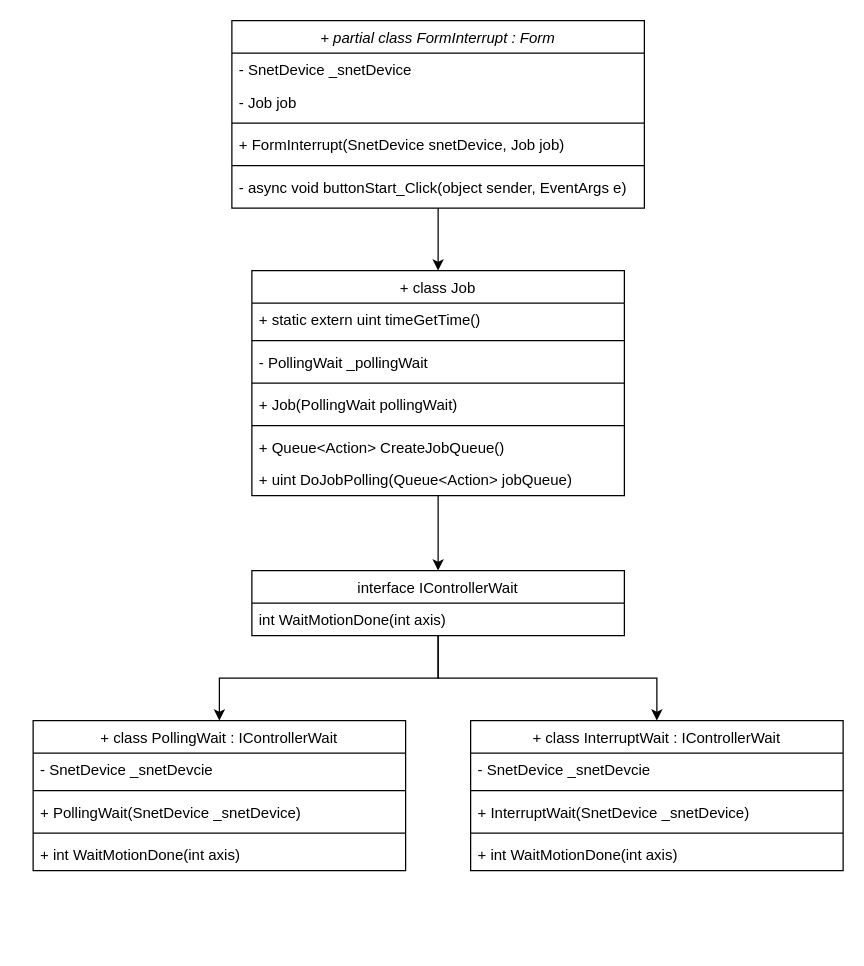
Above: page "ClassDiagram" (1 of 2) of SnetTestProgram/SnetTestProgram/SnetTestProgram.drawio in tataki26/EMotionEx (draw.io), before the change. Source tidied: cells renumbered, new cells numbered last; positions are measured from the earlier drawing's top-left corner, leaving out a move shared by most shapes. Both pictures are drawn from the tidied source at 125%, with x=0, y=0 at pixel (32, 20).
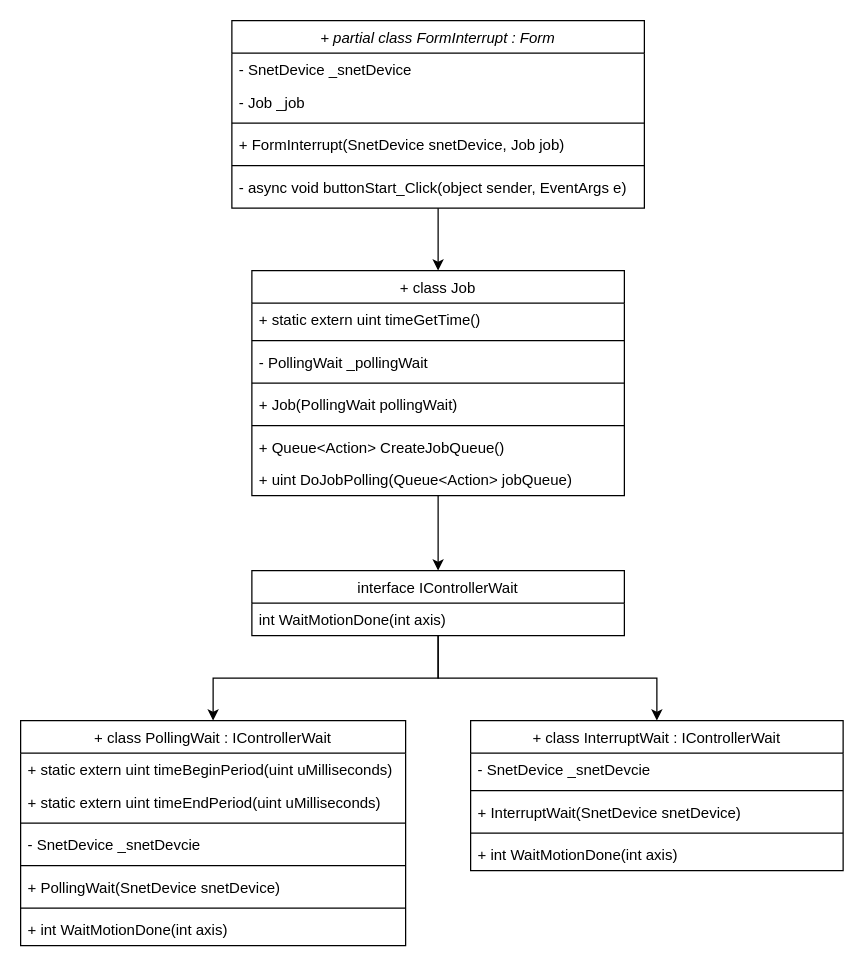
Above is the later version.

Unchanged cells that the change refers to:
```xml
<mxCell id="3" value="+ partial class FormInterrupt : Form" style="swimlane;fontStyle=2;align=center;verticalAlign=top;horizontal=1;startSize=26;rounded=0;shadow=0;strokeWidth=1;" parent="1" vertex="1">
  <mxGeometry x="159" width="330" height="150" as="geometry" />
</mxCell>
<mxCell id="30" value="+ class InterruptWait : IControllerWait" style="swimlane;fontStyle=0;align=center;verticalAlign=top;horizontal=1;startSize=26;rounded=0;shadow=0;strokeWidth=1;" parent="1" vertex="1">
  <mxGeometry x="350" y="560" width="298" height="120" as="geometry" />
</mxCell>
```

Diff of the diagram source:
```diff
@@
-    <mxCell id="5" value="- Job job" style="text;align=left;verticalAlign=top;spacingLeft=4;spacingRight=4;overflow=hidden;rounded=0;shadow=0;html=0;" parent="3" vertex="1">
+    <mxCell id="5" value="- Job _job" style="text;align=left;verticalAlign=top;spacingLeft=4;spacingRight=4;overflow=hidden;rounded=0;shadow=0;html=0;" parent="3" vertex="1">
       <mxGeometry y="52" width="330" height="26" as="geometry" />
     </mxCell>
@@
     <mxCell id="24" value="+ class PollingWait : IControllerWait" style="swimlane;fontStyle=0;align=center;verticalAlign=top;horizontal=1;startSize=26;rounded=0;shadow=0;strokeWidth=1;" parent="1" vertex="1">
-      <mxGeometry y="560" width="298" height="120" as="geometry" />
+      <mxGeometry x="-10" y="560" width="308" height="180" as="geometry" />
     </mxCell>
-    <mxCell id="25" value="- SnetDevice _snetDevcie" style="text;align=left;verticalAlign=top;spacingLeft=4;spacingRight=4;overflow=hidden;" parent="24" vertex="1">
-      <mxGeometry y="26" width="298" height="26" as="geometry" />
+    <mxCell id="25" value="+ static extern uint timeBeginPeriod(uint uMilliseconds)" style="text;align=left;verticalAlign=top;spacingLeft=4;spacingRight=4;overflow=hidden;" parent="24" vertex="1">
+      <mxGeometry y="26" width="308" height="26" as="geometry" />
     </mxCell>
+    <mxCell id="36" value="+ static extern uint timeEndPeriod(uint uMilliseconds)" style="text;align=left;verticalAlign=top;spacingLeft=4;spacingRight=4;overflow=hidden;" parent="24" vertex="1">
+      <mxGeometry y="52" width="308" height="26" as="geometry" />
+    </mxCell>
+    <mxCell id="37" style="line;html=1;strokeWidth=1;align=left;verticalAlign=middle;spacingTop=-1;spacingLeft=3;spacingRight=3;labelPosition=right;" parent="24" vertex="1">
+      <mxGeometry y="78" width="308" height="8" as="geometry" />
+    </mxCell>
+    <mxCell id="38" value="- SnetDevice _snetDevcie" style="text;align=left;verticalAlign=top;spacingLeft=4;spacingRight=4;overflow=hidden;" parent="24" vertex="1">
+      <mxGeometry y="86" width="308" height="26" as="geometry" />
+    </mxCell>
     <mxCell id="26" style="line;html=1;strokeWidth=1;align=left;verticalAlign=middle;spacingTop=-1;spacingLeft=3;spacingRight=3;labelPosition=right;" parent="24" vertex="1">
-      <mxGeometry y="52" width="298" height="8" as="geometry" />
+      <mxGeometry y="112" width="308" height="8" as="geometry" />
     </mxCell>
-    <mxCell id="27" value="+ PollingWait(SnetDevice _snetDevice)" style="text;align=left;verticalAlign=top;spacingLeft=4;spacingRight=4;overflow=hidden;rounded=0;shadow=0;html=0;" parent="24" vertex="1">
-      <mxGeometry y="60" width="298" height="26" as="geometry" />
+    <mxCell id="27" value="+ PollingWait(SnetDevice snetDevice)" style="text;align=left;verticalAlign=top;spacingLeft=4;spacingRight=4;overflow=hidden;rounded=0;shadow=0;html=0;" parent="24" vertex="1">
+      <mxGeometry y="120" width="308" height="26" as="geometry" />
     </mxCell>
     <mxCell id="28" style="line;html=1;strokeWidth=1;align=left;verticalAlign=middle;spacingTop=-1;spacingLeft=3;spacingRight=3;labelPosition=right;" parent="24" vertex="1">
-      <mxGeometry y="86" width="298" height="8" as="geometry" />
+      <mxGeometry y="146" width="308" height="8" as="geometry" />
     </mxCell>
     <mxCell id="29" value="+ int WaitMotionDone(int axis)" style="text;align=left;verticalAlign=top;spacingLeft=4;spacingRight=4;overflow=hidden;rounded=0;shadow=0;html=0;" parent="24" vertex="1">
-      <mxGeometry y="94" width="298" height="26" as="geometry" />
+      <mxGeometry y="154" width="308" height="26" as="geometry" />
     </mxCell>
@@
-    <mxCell id="33" value="+ InterruptWait(SnetDevice _snetDevice)" style="text;align=left;verticalAlign=top;spacingLeft=4;spacingRight=4;overflow=hidden;rounded=0;shadow=0;html=0;" parent="30" vertex="1">
+    <mxCell id="33" value="+ InterruptWait(SnetDevice snetDevice)" style="text;align=left;verticalAlign=top;spacingLeft=4;spacingRight=4;overflow=hidden;rounded=0;shadow=0;html=0;" parent="30" vertex="1">
       <mxGeometry y="60" width="298" height="26" as="geometry" />
     </mxCell>
```
